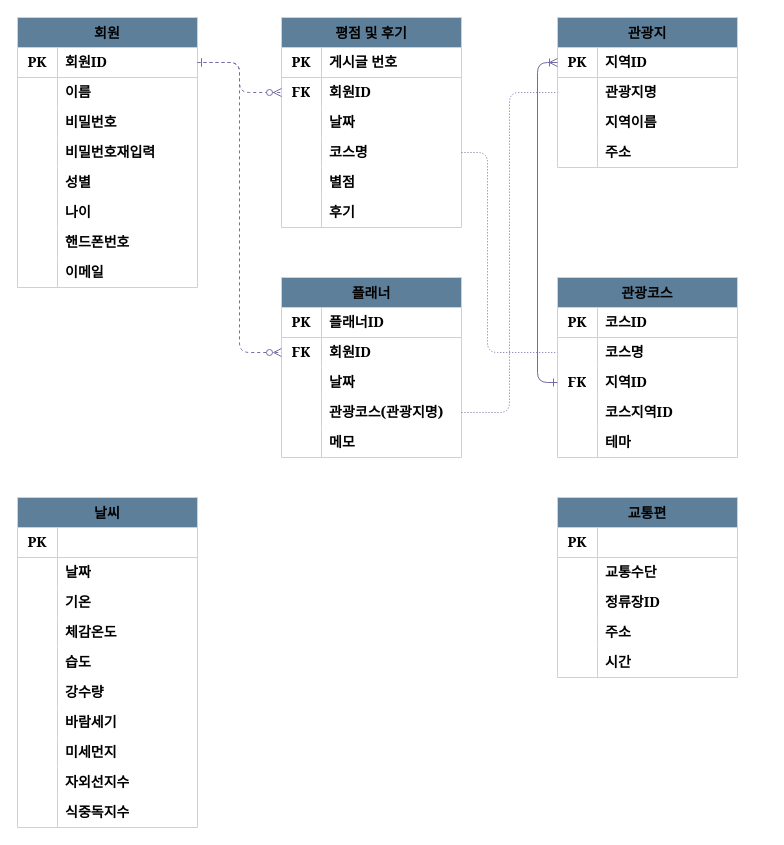
Earlier version of the draw.io diagram page "ERD-KR" (1 of 3) of Diagram/web Diagram.drawio (MIHEE-LEE/Web-semi-project). Source tidied: cells renumbered, new cells numbered last; positions are measured from the earlier drawing's top-left corner, leaving out a move shared by most shapes. Both pictures are drawn from the tidied source at 100%, with x=0, y=0 at pixel (17, 17).
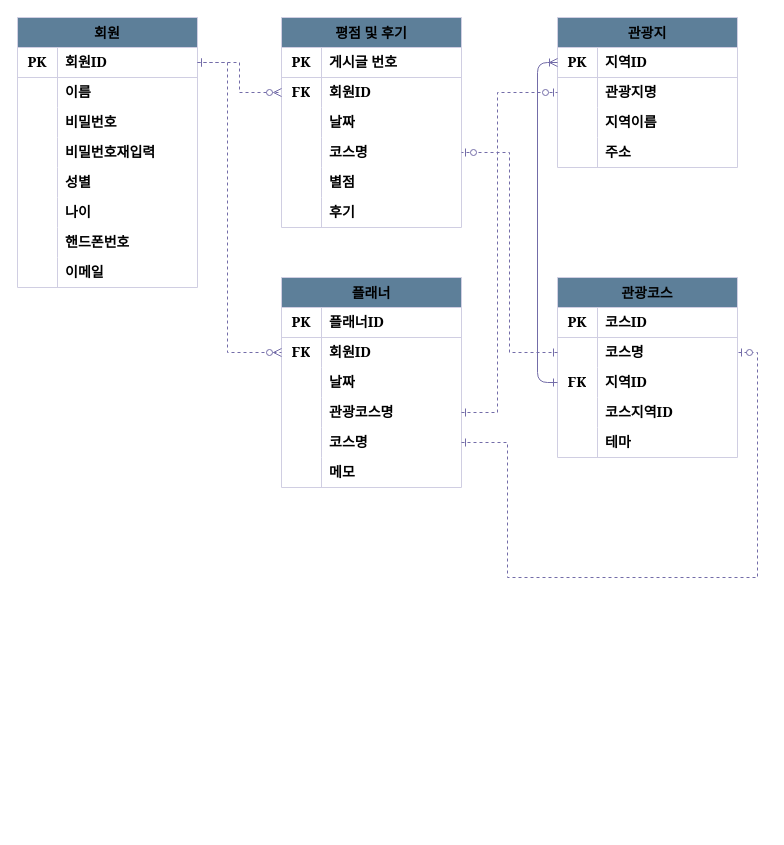
The same page after the edit.

Unchanged cells that the change refers to:
```xml
<mxCell id="3" style="shape=partialRectangle;html=1;whiteSpace=wrap;fillColor=none;top=0;left=0;bottom=1;right=0;points=[[0,0.5],[1,0.5]];portConstraint=eastwest;fontFamily=Georgia;fontStyle=1;fontSize=14;strokeColor=#D0CEE2;" parent="2" vertex="1">
  <mxGeometry y="30" width="180" height="30" as="geometry" />
</mxCell>
<mxCell id="31" style="shape=partialRectangle;html=1;whiteSpace=wrap;fillColor=none;top=0;left=0;bottom=0;right=0;points=[[0,0.5],[1,0.5]];portConstraint=eastwest;fontFamily=Georgia;fontStyle=1;fontSize=14;strokeColor=#D0CEE2;" parent="27" vertex="1">
  <mxGeometry y="60" width="180" height="30" as="geometry" />
</mxCell>
<mxCell id="44" style="shape=partialRectangle;html=1;whiteSpace=wrap;fillColor=none;top=0;left=0;bottom=0;right=0;points=[[0,0.5],[1,0.5]];portConstraint=eastwest;fontFamily=Georgia;fontStyle=1;fontSize=14;strokeColor=#D0CEE2;" parent="40" vertex="1">
  <mxGeometry y="60" width="180" height="30" as="geometry" />
</mxCell>
<mxCell id="76" style="shape=partialRectangle;html=1;whiteSpace=wrap;fillColor=none;top=0;left=0;bottom=0;right=0;points=[[0,0.5],[1,0.5]];portConstraint=eastwest;fontFamily=Georgia;fontStyle=1;fontSize=14;strokeColor=#D0CEE2;" parent="72" vertex="1">
  <mxGeometry y="60" width="180" height="30" as="geometry" />
</mxCell>
<mxCell id="123" style="shape=partialRectangle;html=1;whiteSpace=wrap;fillColor=none;top=0;left=0;bottom=0;right=0;points=[[0,0.5],[1,0.5]];portConstraint=eastwest;fontFamily=Georgia;fontStyle=1;fontSize=14;strokeColor=#D0CEE2;" parent="119" vertex="1">
  <mxGeometry y="60" width="180" height="30" as="geometry" />
</mxCell>
<mxCell id="129" style="shape=partialRectangle;html=1;whiteSpace=wrap;fillColor=none;top=0;left=0;bottom=0;right=0;points=[[0,0.5],[1,0.5]];portConstraint=eastwest;fontFamily=Georgia;fontStyle=1;fontSize=14;strokeColor=#D0CEE2;" parent="119" vertex="1">
  <mxGeometry y="120" width="180" height="30" as="geometry" />
</mxCell>
```

The edit, as a diff of the source:
```diff
@@
     <mxCell id="40" value="플래너" style="shape=table;startSize=30;childLayout=tableLayout;rowLines=0;fontStyle=1;align=center;fontFamily=Georgia;fontSize=14;fillColor=#5D7F99;strokeColor=#D0CEE2;" parent="1" vertex="1">
-      <mxGeometry x="264" y="260" width="180" height="180" as="geometry" />
+      <mxGeometry x="264" y="260" width="180" height="210" as="geometry" />
     </mxCell>
@@
+    <mxCell id="143" style="shape=partialRectangle;html=1;whiteSpace=wrap;fillColor=none;top=0;left=0;bottom=0;right=0;points=[[0,0.5],[1,0.5]];portConstraint=eastwest;fontFamily=Georgia;fontStyle=1;fontSize=14;strokeColor=#D0CEE2;" parent="40" vertex="1">
+      <mxGeometry y="120" width="180" height="30" as="geometry" />
+    </mxCell>
+    <mxCell id="144" style="shape=partialRectangle;html=1;whiteSpace=wrap;fillColor=none;top=0;left=0;bottom=0;right=0;overflow=hidden;fontFamily=Georgia;fontStyle=1;fontSize=14;strokeColor=#D0CEE2;" parent="143" vertex="1">
+      <mxGeometry width="40" height="30" as="geometry" />
+    </mxCell>
+    <mxCell id="145" value="관광코스명" style="shape=partialRectangle;html=1;whiteSpace=wrap;fillColor=none;top=0;left=0;bottom=0;right=0;align=left;spacingLeft=6;overflow=hidden;fontFamily=Georgia;fontStyle=1;fontSize=14;strokeColor=#D0CEE2;" parent="143" vertex="1">
+      <mxGeometry x="40" width="140" height="30" as="geometry" />
+    </mxCell>
     <mxCell id="50" style="shape=partialRectangle;html=1;whiteSpace=wrap;fillColor=none;top=0;left=0;bottom=0;right=0;points=[[0,0.5],[1,0.5]];portConstraint=eastwest;fontFamily=Georgia;fontStyle=1;fontSize=14;strokeColor=#D0CEE2;" parent="40" vertex="1">
-      <mxGeometry y="120" width="180" height="30" as="geometry" />
+      <mxGeometry y="150" width="180" height="30" as="geometry" />
     </mxCell>
@@
-    <mxCell id="52" value="관광코스(관광지명)" style="shape=partialRectangle;html=1;whiteSpace=wrap;fillColor=none;top=0;left=0;bottom=0;right=0;align=left;spacingLeft=6;overflow=hidden;fontFamily=Georgia;fontStyle=1;fontSize=14;strokeColor=#D0CEE2;" parent="50" vertex="1">
+    <mxCell id="52" value="코스명" style="shape=partialRectangle;html=1;whiteSpace=wrap;fillColor=none;top=0;left=0;bottom=0;right=0;align=left;spacingLeft=6;overflow=hidden;fontFamily=Georgia;fontStyle=1;fontSize=14;strokeColor=#D0CEE2;" parent="50" vertex="1">
       <mxGeometry x="40" width="140" height="30" as="geometry" />
     </mxCell>
     <mxCell id="53" style="shape=partialRectangle;html=1;whiteSpace=wrap;fillColor=none;top=0;left=0;bottom=0;right=0;fontFamily=Georgia;fontStyle=1;fontSize=14;strokeColor=#D0CEE2;" parent="40" vertex="1">
-      <mxGeometry y="150" width="180" height="30" as="geometry" />
+      <mxGeometry y="180" width="180" height="30" as="geometry" />
     </mxCell>
@@
-    <mxCell id="56" value="교통편" style="shape=table;startSize=30;childLayout=tableLayout;rowLines=0;fontStyle=1;align=center;fontFamily=Georgia;fontSize=14;fillColor=#5D7F99;strokeColor=#D0CEE2;" parent="1" vertex="1">
-      <mxGeometry x="540" y="480" width="180" height="180" as="geometry" />
-    </mxCell>
-    <mxCell id="57" style="shape=partialRectangle;html=1;whiteSpace=wrap;fillColor=none;top=0;left=0;bottom=1;right=0;fontFamily=Georgia;fontStyle=1;fontSize=14;strokeColor=#D0CEE2;" parent="56" vertex="1">
-      <mxGeometry y="30" width="180" height="30" as="geometry" />
-    </mxCell>
-    <mxCell id="58" value="PK" style="shape=partialRectangle;html=1;whiteSpace=wrap;fillColor=none;top=0;left=0;bottom=0;right=0;overflow=hidden;fontFamily=Georgia;fontStyle=1;fontSize=14;strokeColor=#D0CEE2;" parent="57" vertex="1">
-      <mxGeometry width="40" height="30" as="geometry" />
-    </mxCell>
-    <mxCell id="59" style="shape=partialRectangle;html=1;whiteSpace=wrap;fillColor=none;top=0;left=0;bottom=0;right=0;align=left;spacingLeft=6;overflow=hidden;fontFamily=Georgia;fontStyle=1;fontSize=14;strokeColor=#D0CEE2;" parent="57" vertex="1">
-      <mxGeometry x="40" width="140" height="30" as="geometry" />
-    </mxCell>
-    <mxCell id="60" style="shape=partialRectangle;html=1;whiteSpace=wrap;fillColor=none;top=0;left=0;bottom=0;right=0;fontFamily=Georgia;fontStyle=1;fontSize=14;strokeColor=#D0CEE2;" parent="56" vertex="1">
-      <mxGeometry y="60" width="180" height="30" as="geometry" />
-    </mxCell>
-    <mxCell id="61" style="shape=partialRectangle;html=1;whiteSpace=wrap;fillColor=none;top=0;left=0;bottom=0;right=0;overflow=hidden;fontFamily=Georgia;fontStyle=1;fontSize=14;strokeColor=#D0CEE2;" parent="60" vertex="1">
-      <mxGeometry width="40" height="30" as="geometry" />
-    </mxCell>
-    <mxCell id="62" value="교통수단" style="shape=partialRectangle;html=1;whiteSpace=wrap;fillColor=none;top=0;left=0;bottom=0;right=0;align=left;spacingLeft=6;overflow=hidden;fontFamily=Georgia;fontStyle=1;fontSize=14;strokeColor=#D0CEE2;" parent="60" vertex="1">
-      <mxGeometry x="40" width="140" height="30" as="geometry" />
-    </mxCell>
-    <mxCell id="63" style="shape=partialRectangle;html=1;whiteSpace=wrap;fillColor=none;top=0;left=0;bottom=0;right=0;fontFamily=Georgia;fontStyle=1;fontSize=14;strokeColor=#D0CEE2;" parent="56" vertex="1">
-      <mxGeometry y="90" width="180" height="30" as="geometry" />
-    </mxCell>
-    <mxCell id="64" style="shape=partialRectangle;html=1;whiteSpace=wrap;fillColor=none;top=0;left=0;bottom=0;right=0;overflow=hidden;fontFamily=Georgia;fontStyle=1;fontSize=14;strokeColor=#D0CEE2;" parent="63" vertex="1">
-      <mxGeometry width="40" height="30" as="geometry" />
-    </mxCell>
-    <mxCell id="65" value="정류장ID" style="shape=partialRectangle;html=1;whiteSpace=wrap;fillColor=none;top=0;left=0;bottom=0;right=0;align=left;spacingLeft=6;overflow=hidden;fontFamily=Georgia;fontStyle=1;fontSize=14;strokeColor=#D0CEE2;" parent="63" vertex="1">
-      <mxGeometry x="40" width="140" height="30" as="geometry" />
-    </mxCell>
-    <mxCell id="66" style="shape=partialRectangle;html=1;whiteSpace=wrap;fillColor=none;top=0;left=0;bottom=0;right=0;fontFamily=Georgia;fontStyle=1;fontSize=14;strokeColor=#D0CEE2;" parent="56" vertex="1">
-      <mxGeometry y="120" width="180" height="30" as="geometry" />
-    </mxCell>
-    <mxCell id="67" style="shape=partialRectangle;html=1;whiteSpace=wrap;fillColor=none;top=0;left=0;bottom=0;right=0;overflow=hidden;fontFamily=Georgia;fontStyle=1;fontSize=14;strokeColor=#D0CEE2;" parent="66" vertex="1">
-      <mxGeometry width="40" height="30" as="geometry" />
-    </mxCell>
-    <mxCell id="68" value="주소" style="shape=partialRectangle;html=1;whiteSpace=wrap;fillColor=none;top=0;left=0;bottom=0;right=0;align=left;spacingLeft=6;overflow=hidden;fontFamily=Georgia;fontStyle=1;fontSize=14;strokeColor=#D0CEE2;" parent="66" vertex="1">
-      <mxGeometry x="40" width="140" height="30" as="geometry" />
-    </mxCell>
-    <mxCell id="69" style="shape=partialRectangle;html=1;whiteSpace=wrap;fillColor=none;top=0;left=0;bottom=0;right=0;fontFamily=Georgia;fontStyle=1;fontSize=14;strokeColor=#D0CEE2;" parent="56" vertex="1">
-      <mxGeometry y="150" width="180" height="30" as="geometry" />
-    </mxCell>
-    <mxCell id="70" style="shape=partialRectangle;html=1;whiteSpace=wrap;fillColor=none;top=0;left=0;bottom=0;right=0;overflow=hidden;fontFamily=Georgia;fontStyle=1;fontSize=14;strokeColor=#D0CEE2;" parent="69" vertex="1">
-      <mxGeometry width="40" height="30" as="geometry" />
-    </mxCell>
-    <mxCell id="71" value="시간" style="shape=partialRectangle;html=1;whiteSpace=wrap;fillColor=none;top=0;left=0;bottom=0;right=0;align=left;spacingLeft=6;overflow=hidden;fontFamily=Georgia;fontStyle=1;fontSize=14;strokeColor=#D0CEE2;" parent="69" vertex="1">
-      <mxGeometry x="40" width="140" height="30" as="geometry" />
-    </mxCell>
@@
-    <mxCell id="88" value="날씨" style="shape=table;startSize=30;childLayout=tableLayout;rowLines=0;fontStyle=1;align=center;fontFamily=Georgia;fontSize=14;fillColor=#5D7F99;strokeColor=#D0CEE2;" parent="1" vertex="1">
-      <mxGeometry y="480" width="180" height="330" as="geometry" />
-    </mxCell>
-    <mxCell id="89" style="shape=partialRectangle;html=1;whiteSpace=wrap;fillColor=none;top=0;left=0;bottom=1;right=0;fontFamily=Georgia;fontStyle=1;fontSize=14;strokeColor=#D0CEE2;" parent="88" vertex="1">
-      <mxGeometry y="30" width="180" height="30" as="geometry" />
-    </mxCell>
-    <mxCell id="90" value="PK" style="shape=partialRectangle;html=1;whiteSpace=wrap;fillColor=none;top=0;left=0;bottom=0;right=0;overflow=hidden;fontFamily=Georgia;fontStyle=1;fontSize=14;strokeColor=#D0CEE2;" parent="89" vertex="1">
-      <mxGeometry width="40" height="30" as="geometry" />
-    </mxCell>
-    <mxCell id="91" style="shape=partialRectangle;html=1;whiteSpace=wrap;fillColor=none;top=0;left=0;bottom=0;right=0;align=left;spacingLeft=6;overflow=hidden;fontFamily=Georgia;fontStyle=1;fontSize=14;strokeColor=#D0CEE2;" parent="89" vertex="1">
-      <mxGeometry x="40" width="140" height="30" as="geometry" />
-    </mxCell>
-    <mxCell id="92" style="shape=partialRectangle;html=1;whiteSpace=wrap;fillColor=none;top=0;left=0;bottom=0;right=0;fontFamily=Georgia;fontStyle=1;fontSize=14;strokeColor=#D0CEE2;" parent="88" vertex="1">
-      <mxGeometry y="60" width="180" height="30" as="geometry" />
-    </mxCell>
-    <mxCell id="93" style="shape=partialRectangle;html=1;whiteSpace=wrap;fillColor=none;top=0;left=0;bottom=0;right=0;overflow=hidden;fontFamily=Georgia;fontStyle=1;fontSize=14;strokeColor=#D0CEE2;" parent="92" vertex="1">
-      <mxGeometry width="40" height="30" as="geometry" />
-    </mxCell>
-    <mxCell id="94" value="날짜" style="shape=partialRectangle;html=1;whiteSpace=wrap;fillColor=none;top=0;left=0;bottom=0;right=0;align=left;spacingLeft=6;overflow=hidden;fontFamily=Georgia;fontStyle=1;fontSize=14;strokeColor=#D0CEE2;" parent="92" vertex="1">
-      <mxGeometry x="40" width="140" height="30" as="geometry" />
-    </mxCell>
-    <mxCell id="95" style="shape=partialRectangle;html=1;whiteSpace=wrap;fillColor=none;top=0;left=0;bottom=0;right=0;fontFamily=Georgia;fontStyle=1;fontSize=14;strokeColor=#D0CEE2;" parent="88" vertex="1">
-      <mxGeometry y="90" width="180" height="30" as="geometry" />
-    </mxCell>
-    <mxCell id="96" style="shape=partialRectangle;html=1;whiteSpace=wrap;fillColor=none;top=0;left=0;bottom=0;right=0;overflow=hidden;fontFamily=Georgia;fontStyle=1;fontSize=14;strokeColor=#D0CEE2;" parent="95" vertex="1">
-      <mxGeometry width="40" height="30" as="geometry" />
-    </mxCell>
-    <mxCell id="97" value="기온" style="shape=partialRectangle;html=1;whiteSpace=wrap;fillColor=none;top=0;left=0;bottom=0;right=0;align=left;spacingLeft=6;overflow=hidden;fontFamily=Georgia;fontStyle=1;fontSize=14;strokeColor=#D0CEE2;" parent="95" vertex="1">
-      <mxGeometry x="40" width="140" height="30" as="geometry" />
-    </mxCell>
-    <mxCell id="98" style="shape=partialRectangle;html=1;whiteSpace=wrap;fillColor=none;top=0;left=0;bottom=0;right=0;fontFamily=Georgia;fontStyle=1;fontSize=14;strokeColor=#D0CEE2;" parent="88" vertex="1">
-      <mxGeometry y="120" width="180" height="30" as="geometry" />
-    </mxCell>
-    <mxCell id="99" style="shape=partialRectangle;html=1;whiteSpace=wrap;fillColor=none;top=0;left=0;bottom=0;right=0;overflow=hidden;fontFamily=Georgia;fontStyle=1;fontSize=14;strokeColor=#D0CEE2;" parent="98" vertex="1">
-      <mxGeometry width="40" height="30" as="geometry" />
-    </mxCell>
-    <mxCell id="100" value="체감온도" style="shape=partialRectangle;html=1;whiteSpace=wrap;fillColor=none;top=0;left=0;bottom=0;right=0;align=left;spacingLeft=6;overflow=hidden;fontFamily=Georgia;fontStyle=1;fontSize=14;strokeColor=#D0CEE2;" parent="98" vertex="1">
-      <mxGeometry x="40" width="140" height="30" as="geometry" />
-    </mxCell>
-    <mxCell id="101" style="shape=partialRectangle;html=1;whiteSpace=wrap;fillColor=none;top=0;left=0;bottom=0;right=0;fontFamily=Georgia;fontStyle=1;fontSize=14;strokeColor=#D0CEE2;" parent="88" vertex="1">
-      <mxGeometry y="150" width="180" height="30" as="geometry" />
-    </mxCell>
-    <mxCell id="102" style="shape=partialRectangle;html=1;whiteSpace=wrap;fillColor=none;top=0;left=0;bottom=0;right=0;overflow=hidden;fontFamily=Georgia;fontStyle=1;fontSize=14;strokeColor=#D0CEE2;" parent="101" vertex="1">
-      <mxGeometry width="40" height="30" as="geometry" />
-    </mxCell>
-    <mxCell id="103" value="습도" style="shape=partialRectangle;html=1;whiteSpace=wrap;fillColor=none;top=0;left=0;bottom=0;right=0;align=left;spacingLeft=6;overflow=hidden;fontFamily=Georgia;fontStyle=1;fontSize=14;strokeColor=#D0CEE2;" parent="101" vertex="1">
-      <mxGeometry x="40" width="140" height="30" as="geometry" />
-    </mxCell>
-    <mxCell id="104" style="shape=partialRectangle;html=1;whiteSpace=wrap;fillColor=none;top=0;left=0;bottom=0;right=0;fontFamily=Georgia;fontStyle=1;fontSize=14;strokeColor=#D0CEE2;" parent="88" vertex="1">
-      <mxGeometry y="180" width="180" height="30" as="geometry" />
-    </mxCell>
-    <mxCell id="105" style="shape=partialRectangle;html=1;whiteSpace=wrap;fillColor=none;top=0;left=0;bottom=0;right=0;overflow=hidden;fontFamily=Georgia;fontStyle=1;fontSize=14;strokeColor=#D0CEE2;" parent="104" vertex="1">
-      <mxGeometry width="40" height="30" as="geometry" />
-    </mxCell>
-    <mxCell id="106" value="강수량" style="shape=partialRectangle;html=1;whiteSpace=wrap;fillColor=none;top=0;left=0;bottom=0;right=0;align=left;spacingLeft=6;overflow=hidden;fontFamily=Georgia;fontStyle=1;fontSize=14;strokeColor=#D0CEE2;" parent="104" vertex="1">
-      <mxGeometry x="40" width="140" height="30" as="geometry" />
-    </mxCell>
-    <mxCell id="107" style="shape=partialRectangle;html=1;whiteSpace=wrap;fillColor=none;top=0;left=0;bottom=0;right=0;fontFamily=Georgia;fontStyle=1;fontSize=14;strokeColor=#D0CEE2;" parent="88" vertex="1">
-      <mxGeometry y="210" width="180" height="30" as="geometry" />
-    </mxCell>
-    <mxCell id="108" style="shape=partialRectangle;html=1;whiteSpace=wrap;fillColor=none;top=0;left=0;bottom=0;right=0;overflow=hidden;fontFamily=Georgia;fontStyle=1;fontSize=14;strokeColor=#D0CEE2;" parent="107" vertex="1">
-      <mxGeometry width="40" height="30" as="geometry" />
-    </mxCell>
-    <mxCell id="109" value="바람세기" style="shape=partialRectangle;html=1;whiteSpace=wrap;fillColor=none;top=0;left=0;bottom=0;right=0;align=left;spacingLeft=6;overflow=hidden;fontFamily=Georgia;fontStyle=1;fontSize=14;strokeColor=#D0CEE2;" parent="107" vertex="1">
-      <mxGeometry x="40" width="140" height="30" as="geometry" />
-    </mxCell>
-    <mxCell id="110" style="shape=partialRectangle;html=1;whiteSpace=wrap;fillColor=none;top=0;left=0;bottom=0;right=0;fontFamily=Georgia;fontStyle=1;fontSize=14;strokeColor=#D0CEE2;" parent="88" vertex="1">
-      <mxGeometry y="240" width="180" height="30" as="geometry" />
-    </mxCell>
-    <mxCell id="111" style="shape=partialRectangle;html=1;whiteSpace=wrap;fillColor=none;top=0;left=0;bottom=0;right=0;overflow=hidden;fontFamily=Georgia;fontStyle=1;fontSize=14;strokeColor=#D0CEE2;" parent="110" vertex="1">
-      <mxGeometry width="40" height="30" as="geometry" />
-    </mxCell>
-    <mxCell id="112" value="미세먼지" style="shape=partialRectangle;html=1;whiteSpace=wrap;fillColor=none;top=0;left=0;bottom=0;right=0;align=left;spacingLeft=6;overflow=hidden;fontFamily=Georgia;fontStyle=1;fontSize=14;strokeColor=#D0CEE2;" parent="110" vertex="1">
-      <mxGeometry x="40" width="140" height="30" as="geometry" />
-    </mxCell>
-    <mxCell id="113" style="shape=partialRectangle;html=1;whiteSpace=wrap;fillColor=none;top=0;left=0;bottom=0;right=0;fontFamily=Georgia;fontStyle=1;fontSize=14;strokeColor=#D0CEE2;" parent="88" vertex="1">
-      <mxGeometry y="270" width="180" height="30" as="geometry" />
-    </mxCell>
-    <mxCell id="114" style="shape=partialRectangle;html=1;whiteSpace=wrap;fillColor=none;top=0;left=0;bottom=0;right=0;overflow=hidden;fontFamily=Georgia;fontStyle=1;fontSize=14;strokeColor=#D0CEE2;" parent="113" vertex="1">
-      <mxGeometry width="40" height="30" as="geometry" />
-    </mxCell>
-    <mxCell id="115" value="자외선지수" style="shape=partialRectangle;html=1;whiteSpace=wrap;fillColor=none;top=0;left=0;bottom=0;right=0;align=left;spacingLeft=6;overflow=hidden;fontFamily=Georgia;fontStyle=1;fontSize=14;strokeColor=#D0CEE2;" parent="113" vertex="1">
-      <mxGeometry x="40" width="140" height="30" as="geometry" />
-    </mxCell>
-    <mxCell id="116" style="shape=partialRectangle;html=1;whiteSpace=wrap;fillColor=none;top=0;left=0;bottom=0;right=0;fontFamily=Georgia;fontStyle=1;fontSize=14;strokeColor=#D0CEE2;" parent="88" vertex="1">
-      <mxGeometry y="300" width="180" height="30" as="geometry" />
-    </mxCell>
-    <mxCell id="117" style="shape=partialRectangle;html=1;whiteSpace=wrap;fillColor=none;top=0;left=0;bottom=0;right=0;overflow=hidden;fontFamily=Georgia;fontStyle=1;fontSize=14;strokeColor=#D0CEE2;" parent="116" vertex="1">
-      <mxGeometry width="40" height="30" as="geometry" />
-    </mxCell>
-    <mxCell id="118" value="식중독지수" style="shape=partialRectangle;html=1;whiteSpace=wrap;fillColor=none;top=0;left=0;bottom=0;right=0;align=left;spacingLeft=6;overflow=hidden;fontFamily=Georgia;fontStyle=1;fontSize=14;strokeColor=#D0CEE2;" parent="116" vertex="1">
-      <mxGeometry x="40" width="140" height="30" as="geometry" />
-    </mxCell>
@@
-    <mxCell id="138" style="edgeStyle=orthogonalEdgeStyle;fontSize=14;html=1;endArrow=ERzeroToMany;startArrow=ERone;exitX=1;exitY=0.5;exitDx=0;exitDy=0;entryX=0;entryY=0.5;entryDx=0;entryDy=0;startFill=0;dashed=1;fontFamily=Georgia;fontStyle=1;strokeColor=#736CA8;" parent="1" edge="1" source="3" target="44">
-      <mxGeometry relative="1" as="geometry" />
+    <mxCell id="138" style="edgeStyle=orthogonalEdgeStyle;fontSize=14;html=1;endArrow=ERzeroToMany;startArrow=ERone;exitX=1;exitY=0.5;exitDx=0;exitDy=0;entryX=0;entryY=0.5;entryDx=0;entryDy=0;startFill=0;dashed=1;fontFamily=Georgia;fontStyle=1;strokeColor=#736CA8;rounded=0;" parent="1" edge="1" source="3" target="44">
+      <mxGeometry relative="1" as="geometry">
+        <Array as="points">
+          <mxPoint x="210" y="45" />
+          <mxPoint x="210" y="335" />
+        </Array>
+      </mxGeometry>
     </mxCell>
-    <mxCell id="139" style="edgeStyle=orthogonalEdgeStyle;fontSize=14;html=1;endArrow=ERzeroToMany;startArrow=ERone;exitX=1;exitY=0.5;exitDx=0;exitDy=0;entryX=0;entryY=0.5;entryDx=0;entryDy=0;startFill=0;dashed=1;fontFamily=Georgia;fontStyle=1;strokeColor=#736CA8;" parent="1" edge="1" source="3" target="123">
+    <mxCell id="139" style="edgeStyle=orthogonalEdgeStyle;fontSize=14;html=1;endArrow=ERzeroToMany;startArrow=ERone;exitX=1;exitY=0.5;exitDx=0;exitDy=0;entryX=0;entryY=0.5;entryDx=0;entryDy=0;startFill=0;dashed=1;fontFamily=Georgia;fontStyle=1;strokeColor=#736CA8;rounded=0;" parent="1" edge="1" source="3" target="123">
       <mxGeometry relative="1" as="geometry" />
     </mxCell>
@@
-    <mxCell id="141" style="edgeStyle=orthogonalEdgeStyle;rounded=1;jettySize=auto;html=1;exitX=1;exitY=0.5;exitDx=0;exitDy=0;entryX=0;entryY=0.5;entryDx=0;entryDy=0;fontFamily=Lucida Console;fontSize=19;endArrow=none;endFill=0;dashed=1;dashPattern=1 2;strokeColor=#736CA8;fontStyle=1;" parent="1" edge="1" source="50" target="31">
-      <mxGeometry relative="1" as="geometry" />
-    </mxCell>
-    <mxCell id="142" style="edgeStyle=orthogonalEdgeStyle;rounded=1;jettySize=auto;html=1;entryX=0;entryY=0.5;entryDx=0;entryDy=0;fontFamily=Lucida Console;fontSize=19;endArrow=none;endFill=0;exitX=1;exitY=0.5;exitDx=0;exitDy=0;dashed=1;dashPattern=1 2;strokeColor=#736CA8;fontStyle=1;" parent="1" edge="1" source="129" target="76">
-      <mxGeometry relative="1" as="geometry">
-        <Array as="points">
-          <mxPoint x="470" y="135" />
-          <mxPoint x="470" y="335" />
-        </Array>
-      </mxGeometry>
-    </mxCell>
+    <mxCell id="146" style="edgeStyle=orthogonalEdgeStyle;rounded=0;jettySize=auto;html=1;exitX=0;exitY=0.5;exitDx=0;exitDy=0;entryX=1;entryY=0.5;entryDx=0;entryDy=0;endArrow=ERzeroToOne;endFill=1;startArrow=ERone;startFill=0;dashed=1;strokeColor=#736CA8;" parent="1" edge="1" source="76" target="129">
+      <mxGeometry relative="1" as="geometry" />
+    </mxCell>
+    <mxCell id="147" style="edgeStyle=orthogonalEdgeStyle;rounded=0;jettySize=auto;html=1;exitX=1;exitY=0.5;exitDx=0;exitDy=0;dashed=1;startArrow=ERone;startFill=0;endArrow=ERzeroToOne;endFill=1;strokeColor=#736CA8;" parent="1" edge="1" source="143" target="31">
+      <mxGeometry relative="1" as="geometry">
+        <Array as="points">
+          <mxPoint x="480" y="395" />
+          <mxPoint x="480" y="75" />
+        </Array>
+      </mxGeometry>
+    </mxCell>
+    <mxCell id="148" style="edgeStyle=orthogonalEdgeStyle;rounded=0;jettySize=auto;html=1;exitX=1;exitY=0.5;exitDx=0;exitDy=0;entryX=1;entryY=0.5;entryDx=0;entryDy=0;dashed=1;startArrow=ERone;startFill=0;endArrow=ERzeroToOne;endFill=1;strokeColor=#736CA8;" parent="1" edge="1" source="50" target="76">
+      <mxGeometry relative="1" as="geometry">
+        <Array as="points">
+          <mxPoint x="490" y="425" />
+          <mxPoint x="490" y="560" />
+          <mxPoint x="740" y="560" />
+          <mxPoint x="740" y="335" />
+        </Array>
+      </mxGeometry>
+    </mxCell>
```
